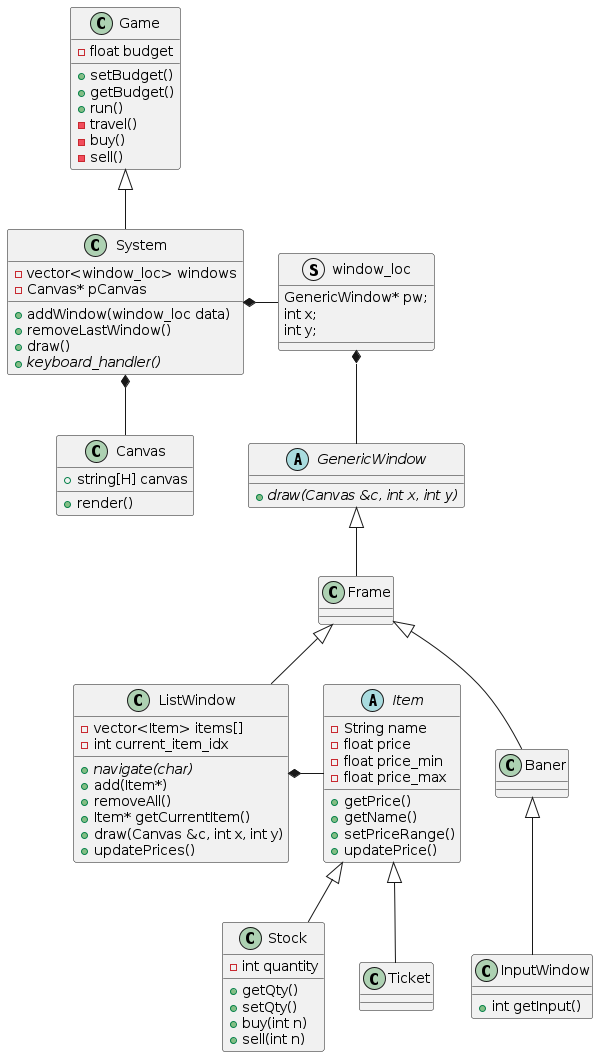
Above: out/doc/high_level/high_level.png in plpabla/dealg (PlantUML), before the change.
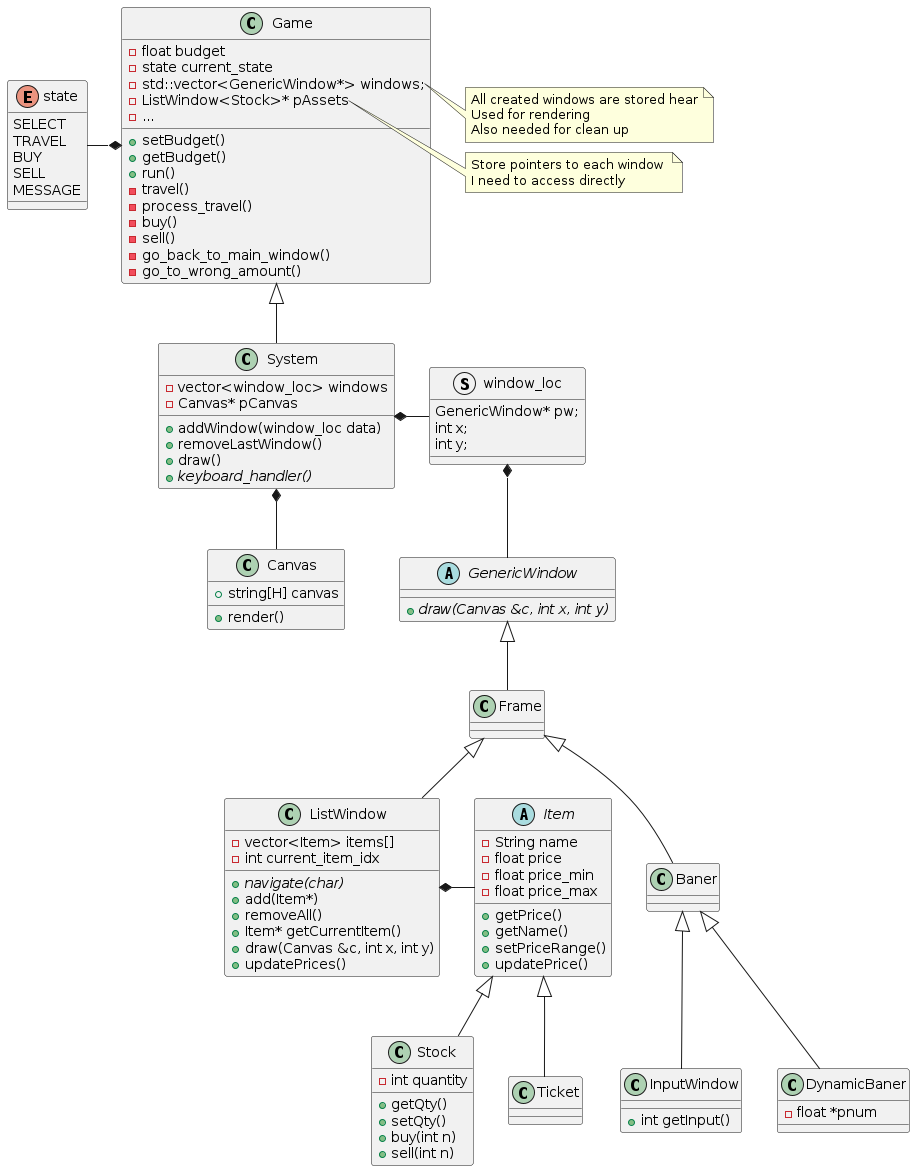
After the change.

Commit message:
Add DynamicBanner and update Game class

What changed in the source:
```diff
@@ -2,14 +2,43 @@
 class Game
 {
     - float budget
+    - state current_state
+    - std::vector<GenericWindow*> windows;
+    - ListWindow<Stock>* pAssets
+    - ...
 
     + setBudget()
     + getBudget()
     + run()
     - travel()
+    - process_travel()
     - buy()
     - sell()
+    - go_back_to_main_window()
+    - go_to_wrong_amount()
 }
+
+note right of Game::windows
+All created windows are stored hear
+Used for rendering
+Also needed for clean up
+end note
+
+note right of Game::pAssets
+Store pointers to each window
+I need to access directly
+end note
+
+enum state
+{
+    SELECT
+    TRAVEL
+    BUY
+    SELL
+    MESSAGE
+}
+
+state -* Game
 
 Game <|-- System
 
@@ -53,6 +82,11 @@
 {
     + int getInput()
 }
+
+class DynamicBaner
+{
+    - float *pnum
+}
 class Frame
 class ListWindow
 {
@@ -67,6 +101,7 @@
 }
 Frame <|-- ListWindow
 Baner <|-- InputWindow
+Baner <|-- DynamicBaner
 Frame <|-- Baner
 GenericWindow <|-- Frame
 
```
